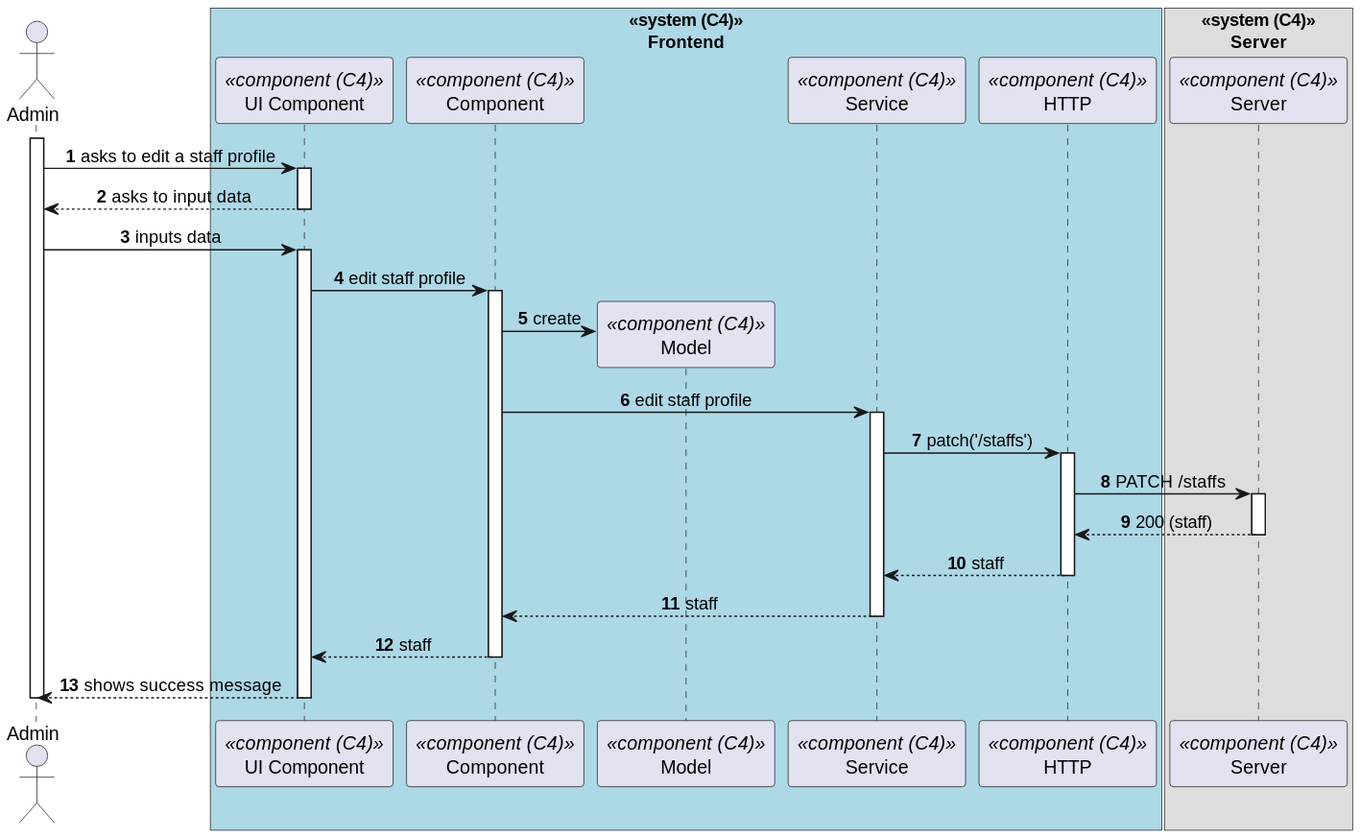
Earlier version of the PlantUML export docs/sprint-b/us-6.2.11/views/level3/process-view.svg (1220846/sem5pi-24-25-3ddg20). The source it was exported from:
```plantuml
@startuml
autonumber
skinparam DefaultTextAlignment center
actor Admin as "Admin"
box "<<system (C4)>>\nFrontend"#LightBlue
    participant ComponentUI as "UI Component" <<component (C4)>>
    participant Component as "Component" <<component (C4)>>
    participant Model as "Model" <<component (C4)>>
    participant SRV as "Service" <<component (C4)>>
    participant HTTP as "HTTP" <<component (C4)>>
end box

box "<<system (C4)>>\nServer"
  participant Server as "Server" <<component (C4)>>
end box

activate Admin
    Admin -> ComponentUI : asks to edit a staff profile
    activate ComponentUI
        ComponentUI --> Admin : asks to input data
    deactivate ComponentUI
    Admin -> ComponentUI : inputs data
    activate ComponentUI
        ComponentUI -> Component : edit staff profile
        activate Component
            Component -> Model** : create
            Component -> SRV : edit staff profile
            activate SRV
                SRV -> HTTP : patch('/staffs')
                activate HTTP
                    HTTP -> Server : PATCH /staffs
                    activate Server
                        Server --> HTTP : 200 (staff)
                    deactivate Server
                    HTTP --> SRV : staff
                deactivate HTTP
                SRV --> Component : staff
            deactivate SRV
            Component --> ComponentUI : staff
        deactivate Component
    Admin <-- ComponentUI : shows success message
    deactivate ComponentUI
deactivate Admin
@enduml
```
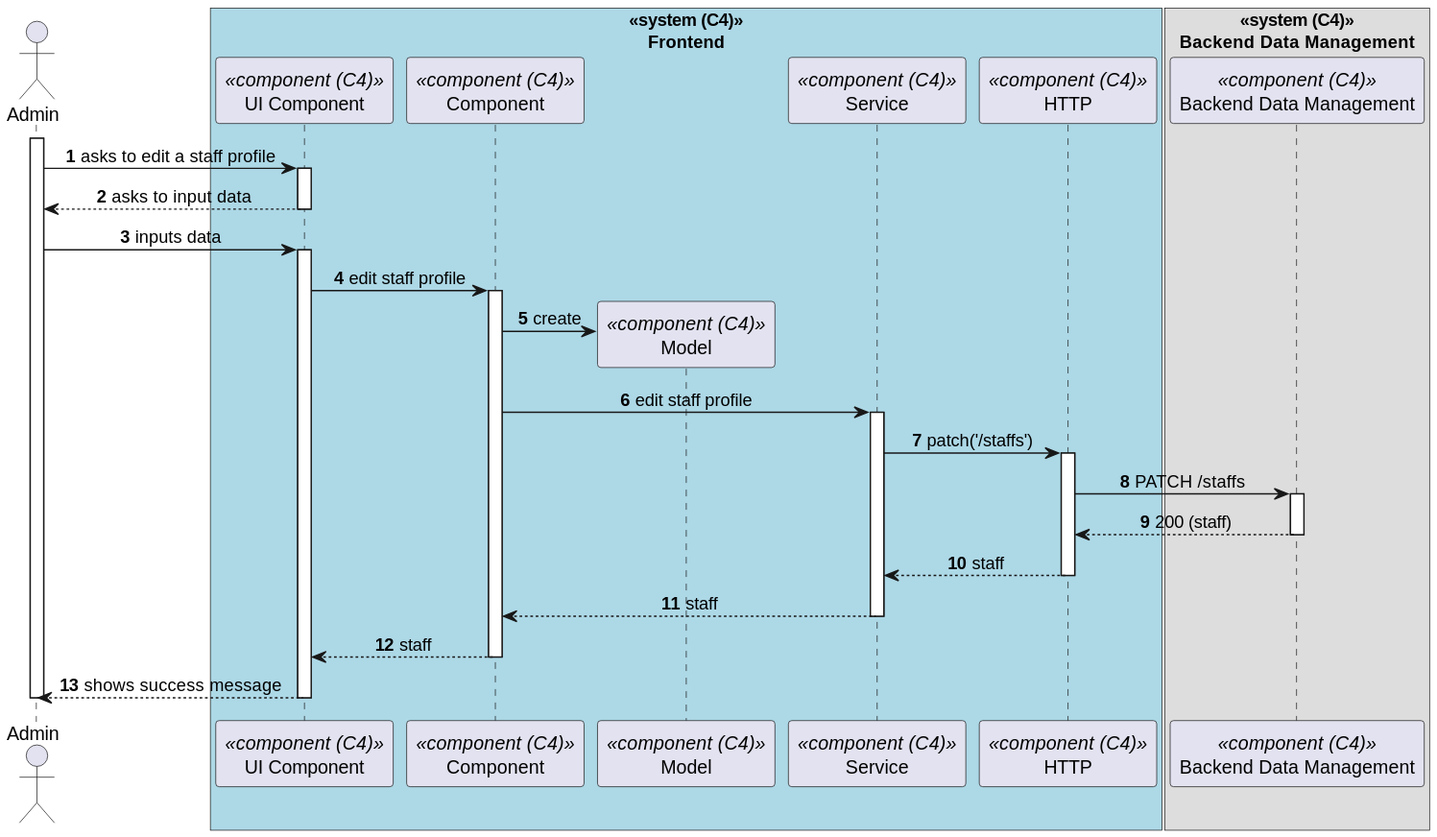
After the commit.

The edit, as a diff of the source:
```diff
@@ -10,8 +10,8 @@
     participant HTTP as "HTTP" <<component (C4)>>
 end box
 
-box "<<system (C4)>>\nServer"
-  participant Server as "Server" <<component (C4)>>
+box "<<system (C4)>>\nBackend Data Management"
+  participant BackendDataManagement as "Backend Data Management" <<component (C4)>>
 end box
 
 activate Admin
@@ -28,10 +28,10 @@
             activate SRV
                 SRV -> HTTP : patch('/staffs')
                 activate HTTP
-                    HTTP -> Server : PATCH /staffs
-                    activate Server
-                        Server --> HTTP : 200 (staff)
-                    deactivate Server
+                    HTTP -> BackendDataManagement : PATCH /staffs
+                    activate BackendDataManagement
+                        BackendDataManagement --> HTTP : 200 (staff)
+                    deactivate BackendDataManagement
                     HTTP --> SRV : staff
                 deactivate HTTP
                 SRV --> Component : staff
```
